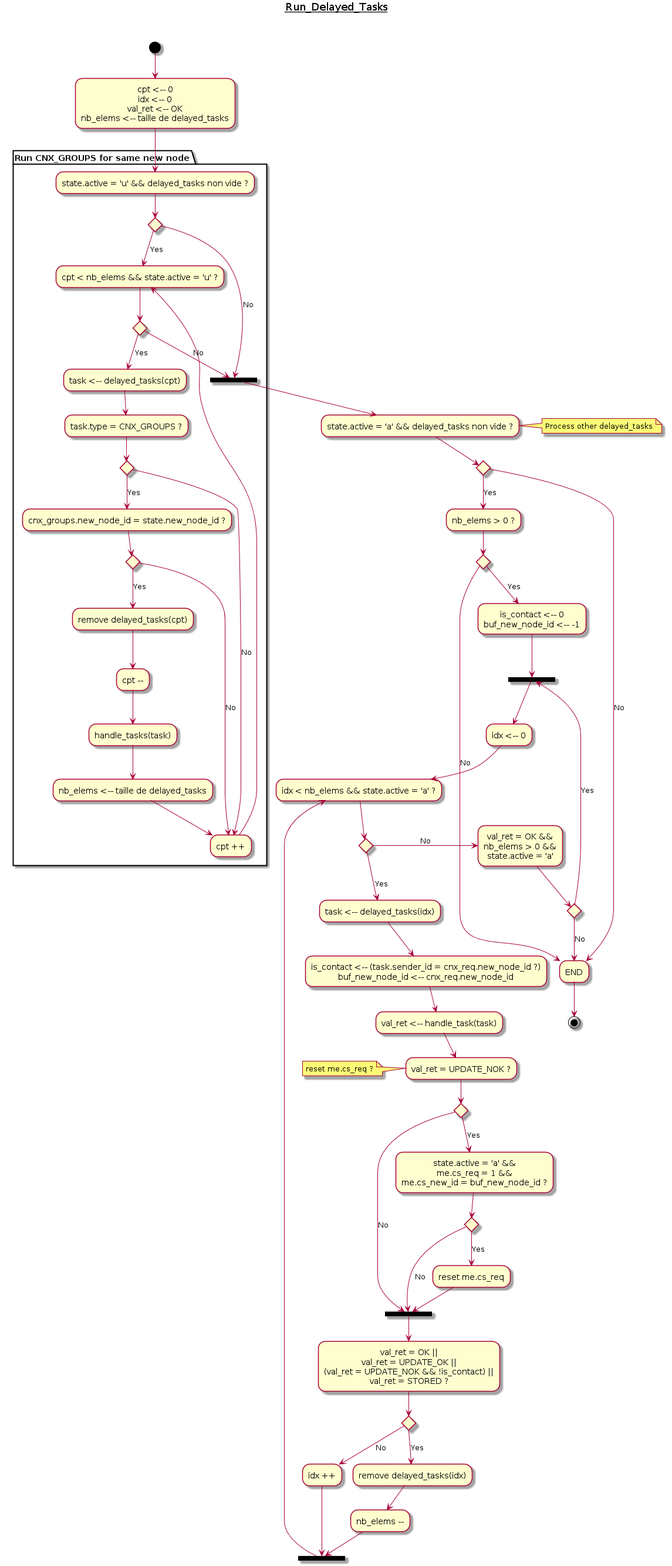
Before: doc/UML/Algo_run_delayed_tasks.png, a diagram exported from PlantUML (tof25/DST).
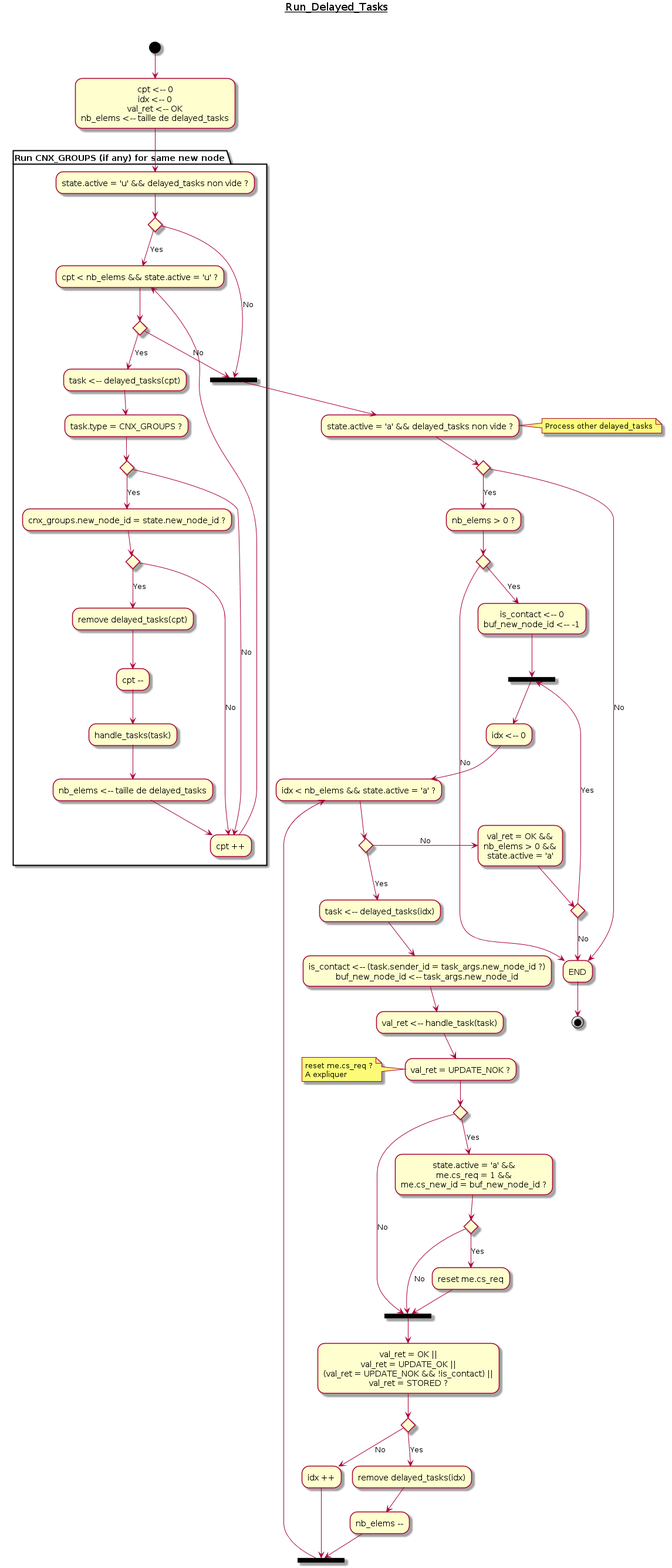
Later version of the same file.

Diff of the diagram source:
```diff
@@ -2,7 +2,7 @@
 title <u>Run_Delayed_Tasks</u>\n\n
 (*top) -->"cpt <-- 0\nidx <-- 0\nval_ret <-- OK\nnb_elems <-- taille de delayed_tasks"
 
-partition "Run CNX_GROUPS for same new node"
+partition "Run CNX_GROUPS (if any) for same new node"
 
 -->"state.active = 'u' && delayed_tasks non vide ?"
 if ""
@@ -46,12 +46,13 @@
         -->"idx < nb_elems && state.active = 'a' ?" as loop2
         if ""
             -->[Yes] "task <-- delayed_tasks(idx)"
-            -->"is_contact <-- (task.sender_id = cnx_req.new_node_id ?)\nbuf_new_node_id <-- cnx_req.new_node_id"
+            -->"is_contact <-- (task.sender_id = task_args.new_node_id ?)\nbuf_new_node_id <-- task_args.new_node_id"
             -->"val_ret <-- handle_task(task)"
             -->"val_ret = UPDATE_NOK ?"
 
 note left
     reset me.cs_req ?
+    A expliquer
 end note
 
             if "" then
```
